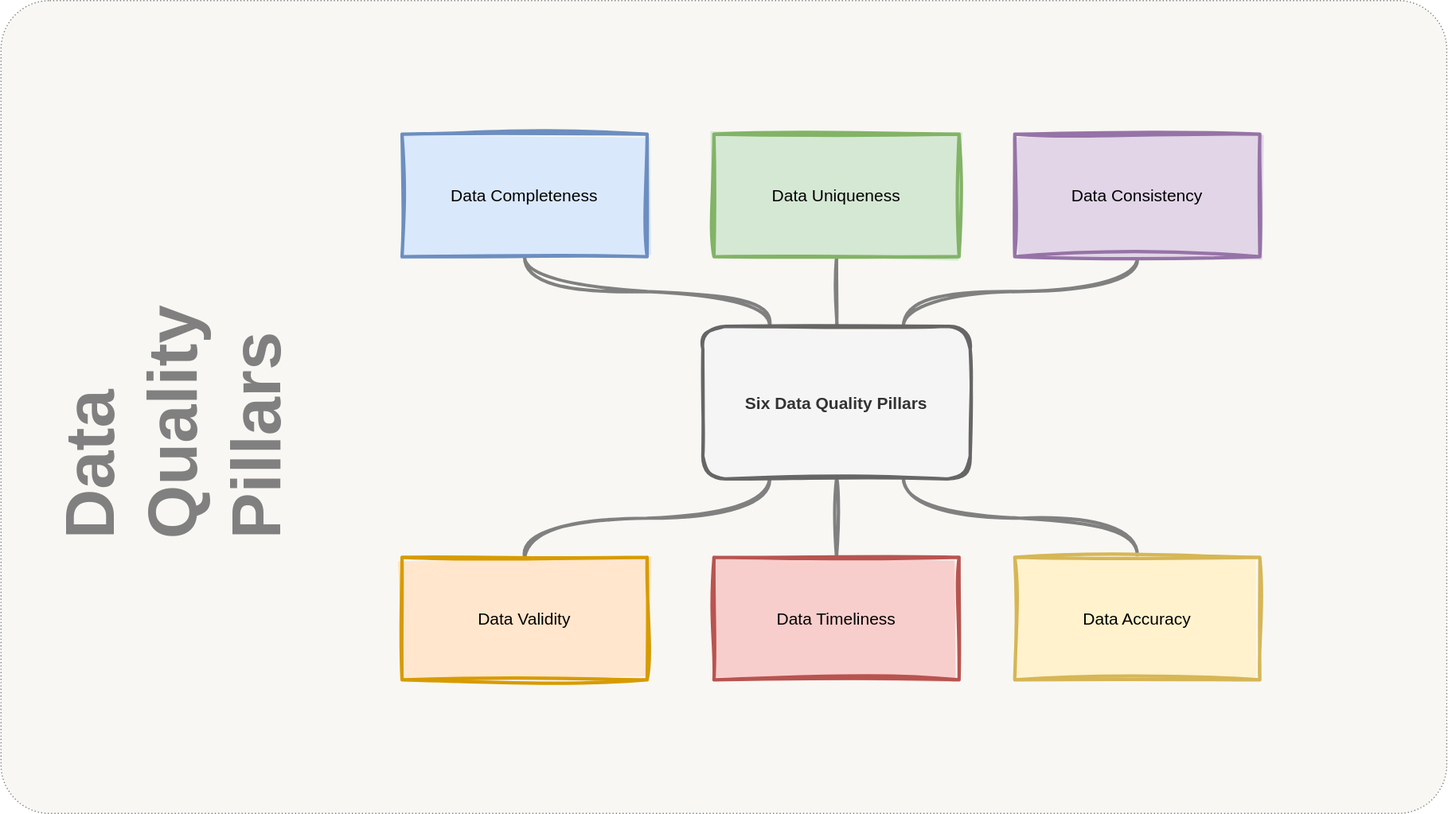
Excalibur-Platform/The-Visualized-Data-Engineering keeps this draw.io diagram as img/data-quality/data-quality-pillar.svg. Above is the earlier version. Source tidied: cells renumbered, new cells last; positions are measured from the earlier drawing's top-left corner, leaving out a move shared by most shapes.
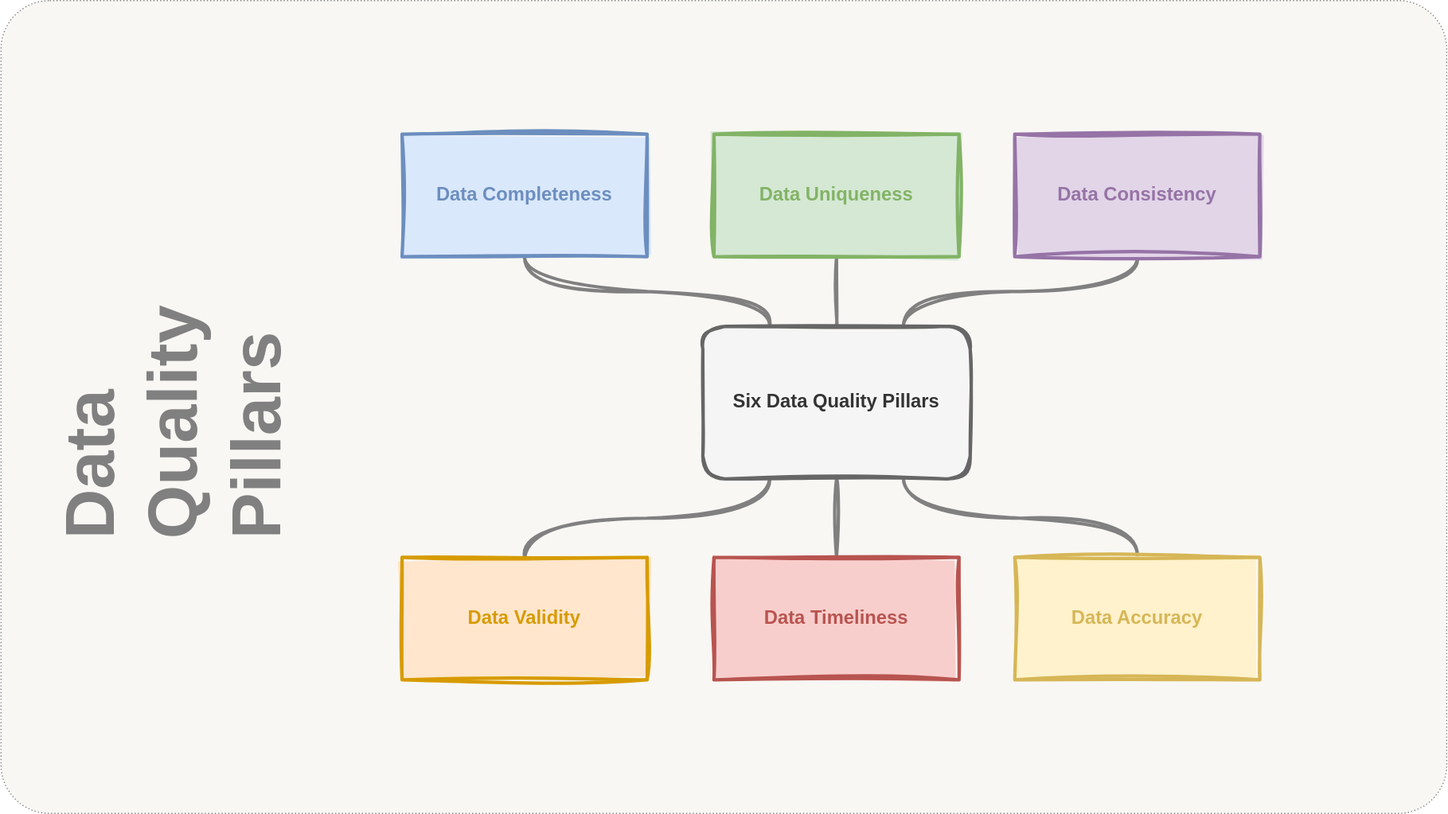
The same file after the commit.

The edit, as a diff of the source:
```diff
@@ -5,43 +5,43 @@
     <mxCell id="2" style="rounded=1;whiteSpace=wrap;html=1;arcSize=6;strokeColor=#808080;dashed=1;dashPattern=1 2;fillColor=#F8F7F3;" parent="1" vertex="1">
       <mxGeometry width="1297.8" height="730" as="geometry" />
     </mxCell>
-    <mxCell id="3" style="edgeStyle=orthogonalEdgeStyle;rounded=0;jettySize=auto;html=1;exitX=0.25;exitY=0;exitDx=0;exitDy=0;entryX=0.5;entryY=1;entryDx=0;entryDy=0;sketch=1;curveFitting=1;jiggle=2;strokeWidth=3;strokeColor=#808080;fontSize=15;curved=1;endArrow=none;endFill=0;" parent="1" edge="1" source="9" target="10">
+    <mxCell id="3" style="edgeStyle=orthogonalEdgeStyle;rounded=0;jettySize=auto;html=1;exitX=0.25;exitY=0;exitDx=0;exitDy=0;entryX=0.5;entryY=1;entryDx=0;entryDy=0;sketch=1;curveFitting=1;jiggle=2;strokeWidth=3;strokeColor=#808080;fontSize=17;curved=1;endArrow=none;endFill=0;fontStyle=1;" parent="1" edge="1" source="9" target="10">
       <mxGeometry relative="1" as="geometry" />
     </mxCell>
-    <mxCell id="4" style="edgeStyle=orthogonalEdgeStyle;rounded=0;jettySize=auto;html=1;exitX=0.5;exitY=0;exitDx=0;exitDy=0;entryX=0.5;entryY=1;entryDx=0;entryDy=0;sketch=1;curveFitting=1;jiggle=2;strokeWidth=3;strokeColor=#808080;fontSize=15;curved=1;endArrow=none;endFill=0;" parent="1" edge="1" source="9" target="11">
+    <mxCell id="4" style="edgeStyle=orthogonalEdgeStyle;rounded=0;jettySize=auto;html=1;exitX=0.5;exitY=0;exitDx=0;exitDy=0;entryX=0.5;entryY=1;entryDx=0;entryDy=0;sketch=1;curveFitting=1;jiggle=2;strokeWidth=3;strokeColor=#808080;fontSize=17;curved=1;endArrow=none;endFill=0;fontStyle=1;" parent="1" edge="1" source="9" target="11">
       <mxGeometry relative="1" as="geometry" />
     </mxCell>
-    <mxCell id="5" style="edgeStyle=orthogonalEdgeStyle;rounded=0;jettySize=auto;html=1;exitX=0.75;exitY=0;exitDx=0;exitDy=0;entryX=0.5;entryY=1;entryDx=0;entryDy=0;sketch=1;curveFitting=1;jiggle=2;strokeWidth=3;strokeColor=#808080;fontSize=15;curved=1;endArrow=none;endFill=0;" parent="1" edge="1" source="9" target="12">
+    <mxCell id="5" style="edgeStyle=orthogonalEdgeStyle;rounded=0;jettySize=auto;html=1;exitX=0.75;exitY=0;exitDx=0;exitDy=0;entryX=0.5;entryY=1;entryDx=0;entryDy=0;sketch=1;curveFitting=1;jiggle=2;strokeWidth=3;strokeColor=#808080;fontSize=17;curved=1;endArrow=none;endFill=0;fontStyle=1;" parent="1" edge="1" source="9" target="12">
       <mxGeometry relative="1" as="geometry" />
     </mxCell>
-    <mxCell id="6" style="edgeStyle=orthogonalEdgeStyle;rounded=0;jettySize=auto;html=1;exitX=0.75;exitY=1;exitDx=0;exitDy=0;entryX=0.5;entryY=0;entryDx=0;entryDy=0;sketch=1;curveFitting=1;jiggle=2;strokeWidth=3;strokeColor=#808080;fontSize=15;curved=1;endArrow=none;endFill=0;" parent="1" edge="1" source="9" target="15">
+    <mxCell id="6" style="edgeStyle=orthogonalEdgeStyle;rounded=0;jettySize=auto;html=1;exitX=0.75;exitY=1;exitDx=0;exitDy=0;entryX=0.5;entryY=0;entryDx=0;entryDy=0;sketch=1;curveFitting=1;jiggle=2;strokeWidth=3;strokeColor=#808080;fontSize=17;curved=1;endArrow=none;endFill=0;fontStyle=1;" parent="1" edge="1" source="9" target="15">
       <mxGeometry relative="1" as="geometry" />
     </mxCell>
-    <mxCell id="7" style="edgeStyle=orthogonalEdgeStyle;rounded=0;jettySize=auto;html=1;exitX=0.5;exitY=1;exitDx=0;exitDy=0;entryX=0.5;entryY=0;entryDx=0;entryDy=0;sketch=1;curveFitting=1;jiggle=2;strokeWidth=3;strokeColor=#808080;fontSize=15;curved=1;endArrow=none;endFill=0;" parent="1" edge="1" source="9" target="14">
+    <mxCell id="7" style="edgeStyle=orthogonalEdgeStyle;rounded=0;jettySize=auto;html=1;exitX=0.5;exitY=1;exitDx=0;exitDy=0;entryX=0.5;entryY=0;entryDx=0;entryDy=0;sketch=1;curveFitting=1;jiggle=2;strokeWidth=3;strokeColor=#808080;fontSize=17;curved=1;endArrow=none;endFill=0;fontStyle=1;" parent="1" edge="1" source="9" target="14">
       <mxGeometry relative="1" as="geometry" />
     </mxCell>
-    <mxCell id="8" style="edgeStyle=orthogonalEdgeStyle;rounded=0;jettySize=auto;html=1;exitX=0.25;exitY=1;exitDx=0;exitDy=0;entryX=0.5;entryY=0;entryDx=0;entryDy=0;sketch=1;curveFitting=1;jiggle=2;strokeWidth=3;strokeColor=#808080;fontSize=15;curved=1;endArrow=none;endFill=0;" parent="1" edge="1" source="9" target="13">
+    <mxCell id="8" style="edgeStyle=orthogonalEdgeStyle;rounded=0;jettySize=auto;html=1;exitX=0.25;exitY=1;exitDx=0;exitDy=0;entryX=0.5;entryY=0;entryDx=0;entryDy=0;sketch=1;curveFitting=1;jiggle=2;strokeWidth=3;strokeColor=#808080;fontSize=17;curved=1;endArrow=none;endFill=0;fontStyle=1;" parent="1" edge="1" source="9" target="13">
       <mxGeometry relative="1" as="geometry" />
     </mxCell>
-    <mxCell id="9" value="Six Data Quality Pillars" style="rounded=1;whiteSpace=wrap;html=1;fontSize=15;fontStyle=1;sketch=1;curveFitting=1;jiggle=2;strokeWidth=3;strokeColor=#666666;fillColor=#f5f5f5;fontColor=#333333;fillStyle=solid;" parent="1" vertex="1">
+    <mxCell id="9" value="Six Data Quality Pillars" style="rounded=1;whiteSpace=wrap;html=1;fontSize=17;fontStyle=1;sketch=1;curveFitting=1;jiggle=2;strokeWidth=3;strokeColor=#666666;fillColor=#f5f5f5;fontColor=#333333;fillStyle=solid;" parent="1" vertex="1">
       <mxGeometry x="630" y="292.5" width="240" height="137.1" as="geometry" />
     </mxCell>
-    <mxCell id="10" value="Data Completeness" style="rounded=0;whiteSpace=wrap;html=1;sketch=1;curveFitting=1;jiggle=2;strokeWidth=3;strokeColor=#6c8ebf;fontSize=15;fillColor=#dae8fc;fillStyle=solid;" parent="1" vertex="1">
+    <mxCell id="10" value="Data Completeness" style="rounded=0;whiteSpace=wrap;html=1;sketch=1;curveFitting=1;jiggle=2;strokeWidth=3;strokeColor=#6C8EBF;fontSize=17;fillColor=#dae8fc;fillStyle=solid;fontColor=#6C8EBF;fontStyle=1;" parent="1" vertex="1">
       <mxGeometry x="360" y="120" width="220" height="110" as="geometry" />
     </mxCell>
-    <mxCell id="11" value="Data Uniqueness" style="rounded=0;whiteSpace=wrap;html=1;sketch=1;curveFitting=1;jiggle=2;strokeWidth=3;strokeColor=#82b366;fontSize=15;fillColor=#d5e8d4;fillStyle=solid;" parent="1" vertex="1">
+    <mxCell id="11" value="Data Uniqueness" style="rounded=0;whiteSpace=wrap;html=1;sketch=1;curveFitting=1;jiggle=2;strokeWidth=3;strokeColor=#82B366;fontSize=17;fillColor=#d5e8d4;fillStyle=solid;fontColor=#82B366;fontStyle=1;" parent="1" vertex="1">
       <mxGeometry x="640" y="120" width="220" height="110" as="geometry" />
     </mxCell>
-    <mxCell id="12" value="Data Consistency" style="rounded=0;whiteSpace=wrap;html=1;sketch=1;curveFitting=1;jiggle=2;strokeWidth=3;strokeColor=#9673a6;fontSize=15;fillColor=#e1d5e7;fillStyle=solid;" parent="1" vertex="1">
+    <mxCell id="12" value="Data Consistency" style="rounded=0;whiteSpace=wrap;html=1;sketch=1;curveFitting=1;jiggle=2;strokeWidth=3;strokeColor=#9673A6;fontSize=17;fillColor=#e1d5e7;fillStyle=solid;fontColor=#9673A6;fontStyle=1;" parent="1" vertex="1">
       <mxGeometry x="910" y="120" width="220" height="110" as="geometry" />
     </mxCell>
-    <mxCell id="13" value="Data Validity" style="rounded=0;whiteSpace=wrap;html=1;sketch=1;curveFitting=1;jiggle=2;strokeWidth=3;strokeColor=#d79b00;fontSize=15;fillColor=#ffe6cc;fillStyle=solid;" parent="1" vertex="1">
+    <mxCell id="13" value="Data Validity" style="rounded=0;whiteSpace=wrap;html=1;sketch=1;curveFitting=1;jiggle=2;strokeWidth=3;strokeColor=#D79B00;fontSize=17;fillColor=#ffe6cc;fillStyle=solid;fontColor=#D79B00;fontStyle=1;" parent="1" vertex="1">
       <mxGeometry x="360" y="500" width="220" height="110" as="geometry" />
     </mxCell>
-    <mxCell id="14" value="Data Timeliness" style="rounded=0;whiteSpace=wrap;html=1;sketch=1;curveFitting=1;jiggle=2;strokeWidth=3;strokeColor=#b85450;fontSize=15;fillColor=#f8cecc;fillStyle=solid;" parent="1" vertex="1">
+    <mxCell id="14" value="Data Timeliness" style="rounded=0;whiteSpace=wrap;html=1;sketch=1;curveFitting=1;jiggle=2;strokeWidth=3;strokeColor=#B85450;fontSize=17;fillColor=#f8cecc;fillStyle=solid;fontColor=#B85450;fontStyle=1;" parent="1" vertex="1">
       <mxGeometry x="640" y="500" width="220" height="110" as="geometry" />
     </mxCell>
-    <mxCell id="15" value="Data Accuracy" style="rounded=0;whiteSpace=wrap;html=1;sketch=1;curveFitting=1;jiggle=2;strokeWidth=3;strokeColor=#d6b656;fontSize=15;fillColor=#fff2cc;fillStyle=solid;" parent="1" vertex="1">
+    <mxCell id="15" value="Data Accuracy" style="rounded=0;whiteSpace=wrap;html=1;sketch=1;curveFitting=1;jiggle=2;strokeWidth=3;strokeColor=#D6B656;fontSize=17;fillColor=#fff2cc;fillStyle=solid;fontColor=#D6B656;fontStyle=1;" parent="1" vertex="1">
       <mxGeometry x="910" y="500" width="220" height="110" as="geometry" />
     </mxCell>
     <mxCell id="16" value="&lt;h1&gt;&lt;font style=&quot;font-size: 62px;&quot;&gt;Data Quality Pillars&lt;/font&gt;&lt;/h1&gt;" style="text;html=1;align=left;verticalAlign=middle;whiteSpace=wrap;rounded=0;horizontal=0;fontColor=#808080;" parent="1" vertex="1">
```
